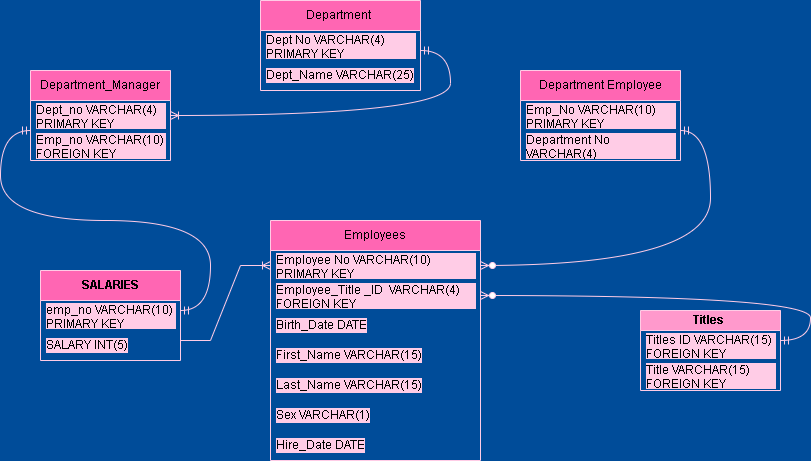
Above: Untitled Diagram.drawio.png in gv-priya/SQL-challenge (draw.io), before the change. Source tidied: cells renumbered, new cells last; positions are measured from the earlier drawing's top-left corner, leaving out a move shared by most shapes.
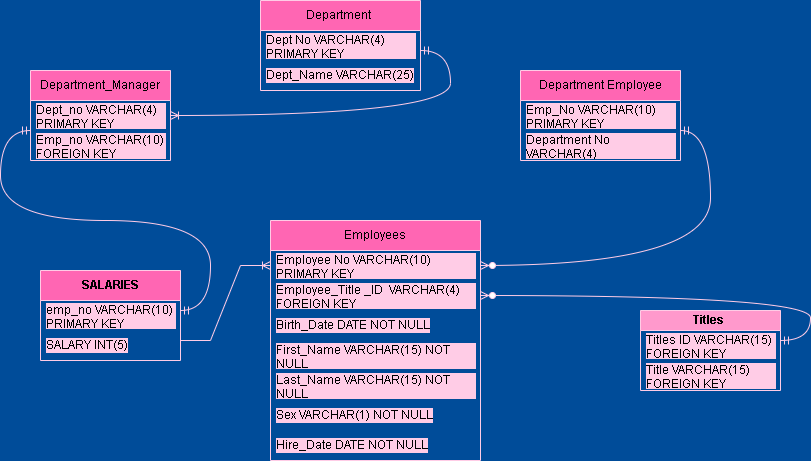
The same file after the commit.

The edit, as a diff of the source:
```diff
@@ -26,7 +26,7 @@
     <mxCell id="9" value="Emp_No VARCHAR(10) PRIMARY KEY" style="text;strokeColor=none;fillColor=none;align=left;verticalAlign=middle;spacingLeft=4;spacingRight=4;overflow=hidden;whiteSpace=wrap;html=1;labelBackgroundColor=#FFCCE6;" parent="8" vertex="1">
       <mxGeometry y="30" width="160" height="30" as="geometry" />
     </mxCell>
-    <mxCell id="10" value="Department No VARCHAR(4)" style="text;strokeColor=none;fillColor=none;align=left;verticalAlign=middle;spacingLeft=4;spacingRight=4;overflow=hidden;whiteSpace=wrap;html=1;labelBackgroundColor=#FFCCE6;" parent="8" vertex="1">
+    <mxCell id="10" value="Department No VARCHAR(4)&amp;nbsp;" style="text;strokeColor=none;fillColor=none;align=left;verticalAlign=middle;spacingLeft=4;spacingRight=4;overflow=hidden;whiteSpace=wrap;html=1;labelBackgroundColor=#FFCCE6;" parent="8" vertex="1">
       <mxGeometry y="60" width="160" height="30" as="geometry" />
     </mxCell>
     <mxCell id="11" value="Employees" style="swimlane;fontStyle=0;horizontal=1;startSize=30;whiteSpace=wrap;html=1;fillColor=#FF66B3;strokeColor=#FFCCE6;" parent="1" vertex="1">
@@ -38,19 +38,19 @@
     <mxCell id="13" value="Employee_Title _ID&amp;nbsp; VARCHAR(4) FOREIGN KEY" style="text;strokeColor=none;fillColor=none;align=left;verticalAlign=middle;spacingLeft=4;spacingRight=4;overflow=hidden;points=[[0,0.5],[1,0.5]];portConstraint=eastwest;whiteSpace=wrap;html=1;labelBackgroundColor=#FFCCE6;" parent="11" vertex="1">
       <mxGeometry y="60" width="210" height="30" as="geometry" />
     </mxCell>
-    <mxCell id="14" value="Birth_Date DATE" style="text;strokeColor=none;fillColor=none;align=left;verticalAlign=middle;spacingLeft=4;spacingRight=4;overflow=hidden;whiteSpace=wrap;html=1;labelBackgroundColor=#FFCCE6;" parent="11" vertex="1">
+    <mxCell id="14" value="Birth_Date DATE NOT NULL" style="text;strokeColor=none;fillColor=none;align=left;verticalAlign=middle;spacingLeft=4;spacingRight=4;overflow=hidden;whiteSpace=wrap;html=1;labelBackgroundColor=#FFCCE6;" parent="11" vertex="1">
       <mxGeometry y="90" width="210" height="30" as="geometry" />
     </mxCell>
-    <mxCell id="15" value="First_Name VARCHAR(15)" style="text;strokeColor=none;fillColor=none;align=left;verticalAlign=middle;spacingLeft=4;spacingRight=4;overflow=hidden;whiteSpace=wrap;html=1;labelBackgroundColor=#FFCCE6;" parent="11" vertex="1">
+    <mxCell id="15" value="First_Name VARCHAR(15) NOT NULL" style="text;strokeColor=none;fillColor=none;align=left;verticalAlign=middle;spacingLeft=4;spacingRight=4;overflow=hidden;whiteSpace=wrap;html=1;labelBackgroundColor=#FFCCE6;" parent="11" vertex="1">
       <mxGeometry y="120" width="210" height="30" as="geometry" />
     </mxCell>
-    <mxCell id="16" value="Last_Name VARCHAR(15)" style="text;strokeColor=none;fillColor=none;align=left;verticalAlign=middle;spacingLeft=4;spacingRight=4;overflow=hidden;whiteSpace=wrap;html=1;labelBackgroundColor=#FFCCE6;" parent="11" vertex="1">
+    <mxCell id="16" value="Last_Name VARCHAR(15) NOT NULL" style="text;strokeColor=none;fillColor=none;align=left;verticalAlign=middle;spacingLeft=4;spacingRight=4;overflow=hidden;whiteSpace=wrap;html=1;labelBackgroundColor=#FFCCE6;" parent="11" vertex="1">
       <mxGeometry y="150" width="210" height="30" as="geometry" />
     </mxCell>
-    <mxCell id="17" value="Sex VARCHAR(1)" style="text;strokeColor=none;fillColor=none;align=left;verticalAlign=middle;spacingLeft=4;spacingRight=4;overflow=hidden;whiteSpace=wrap;html=1;labelBackgroundColor=#FFCCE6;" parent="11" vertex="1">
+    <mxCell id="17" value="Sex VARCHAR(1) NOT NULL" style="text;strokeColor=none;fillColor=none;align=left;verticalAlign=middle;spacingLeft=4;spacingRight=4;overflow=hidden;whiteSpace=wrap;html=1;labelBackgroundColor=#FFCCE6;" parent="11" vertex="1">
       <mxGeometry y="180" width="210" height="30" as="geometry" />
     </mxCell>
-    <mxCell id="18" value="Hire_Date DATE" style="text;strokeColor=none;fillColor=none;align=left;verticalAlign=middle;spacingLeft=4;spacingRight=4;overflow=hidden;whiteSpace=wrap;html=1;labelBackgroundColor=#FFCCE6;" parent="11" vertex="1">
+    <mxCell id="18" value="Hire_Date DATE NOT NULL" style="text;strokeColor=none;fillColor=none;align=left;verticalAlign=middle;spacingLeft=4;spacingRight=4;overflow=hidden;whiteSpace=wrap;html=1;labelBackgroundColor=#FFCCE6;" parent="11" vertex="1">
       <mxGeometry y="210" width="210" height="30" as="geometry" />
     </mxCell>
     <mxCell id="19" value="Titles " style="swimlane;horizontal=1;startSize=20;whiteSpace=wrap;html=1;direction=east;fillColor=#FF99CC;strokeColor=#FFCCE6;" parent="1" vertex="1">
```
